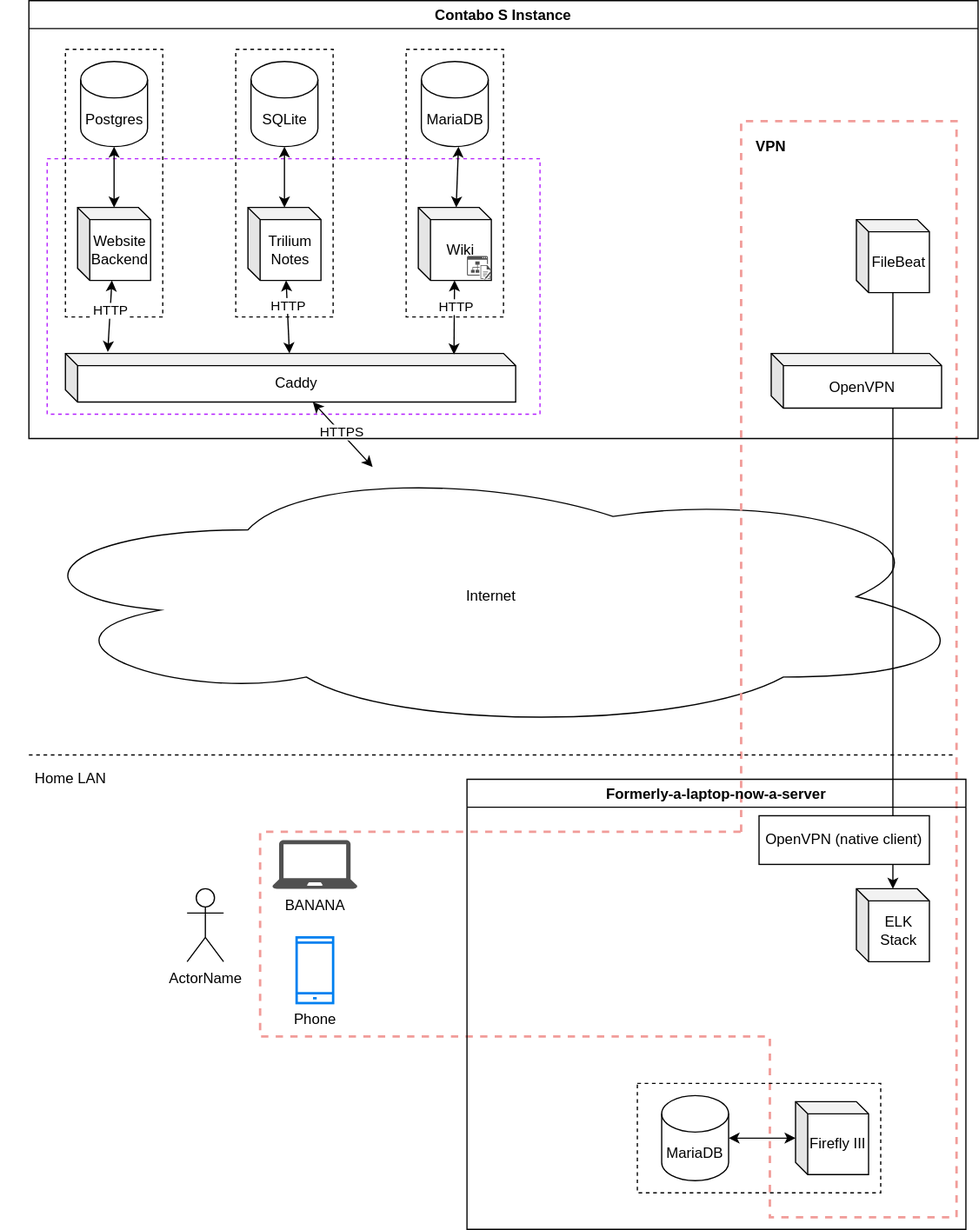
Earlier version of the draw.io export blog/2021/01/18/selfhost/planned-infra.svg (ifd3f/astrid.tech-old). Source tidied: cells renumbered, new cells last; positions are measured from the earlier drawing's top-left corner, leaving out a move shared by most shapes.
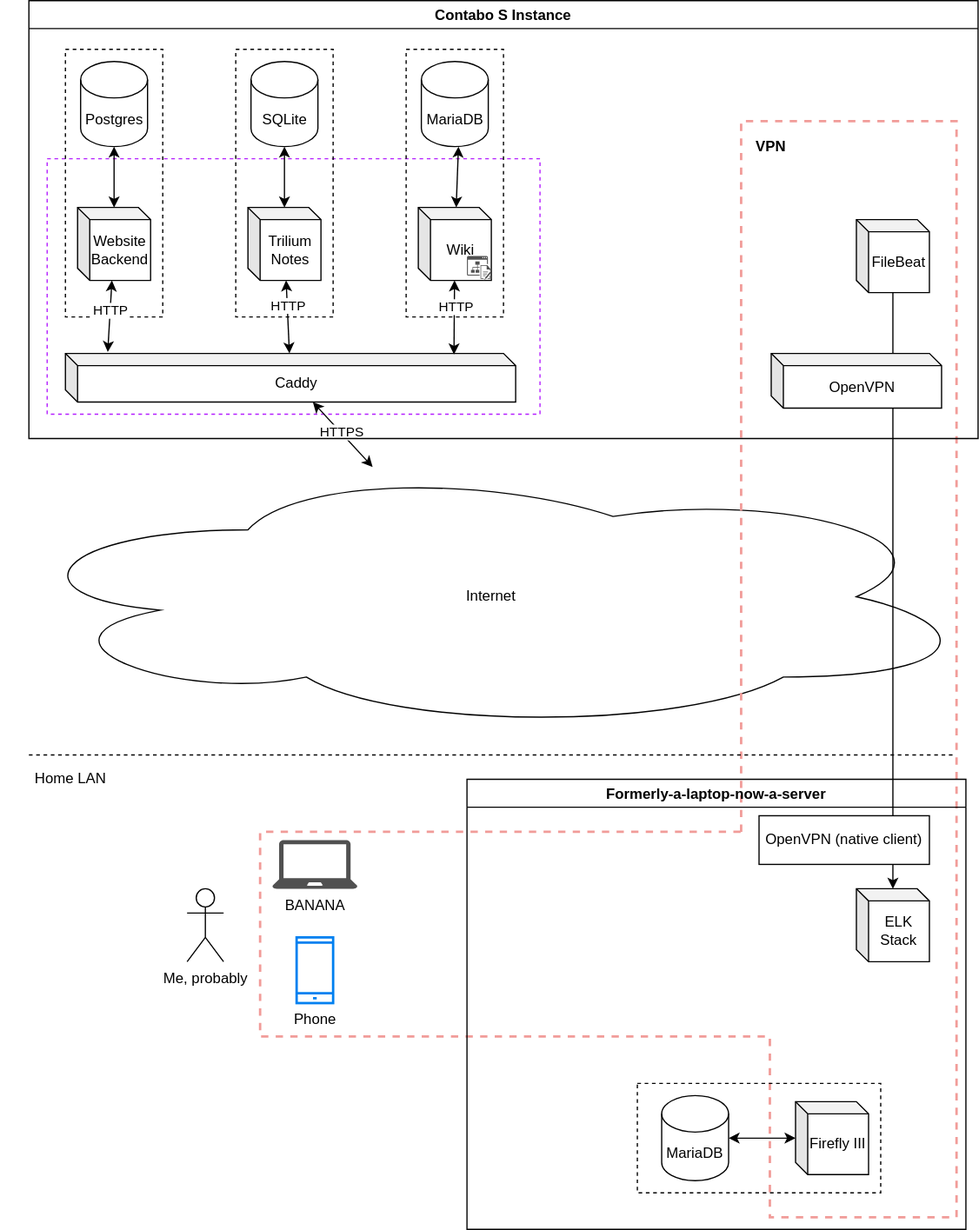
The same diagram one commit later.

The edit, as a diff of the source:
```diff
@@ -130,7 +130,7 @@
     <mxCell id="42" value="VPN" style="text;html=1;strokeColor=none;fillColor=none;align=center;verticalAlign=middle;whiteSpace=wrap;rounded=0;fontStyle=1;" parent="1" vertex="1">
       <mxGeometry x="612" y="110" width="40" height="20" as="geometry" />
     </mxCell>
-    <mxCell id="43" value="ActorName" style="shape=umlActor;html=1;verticalLabelPosition=bottom;verticalAlign=top;align=center;" parent="1" vertex="1">
+    <mxCell id="43" value="&lt;div&gt;Me, probably&lt;/div&gt;&lt;div&gt;&lt;br&gt;&lt;/div&gt;" style="shape=umlActor;html=1;verticalLabelPosition=bottom;verticalAlign=top;align=center;" parent="1" vertex="1">
       <mxGeometry x="152" y="730" width="30" height="60" as="geometry" />
     </mxCell>
   </root>
```
